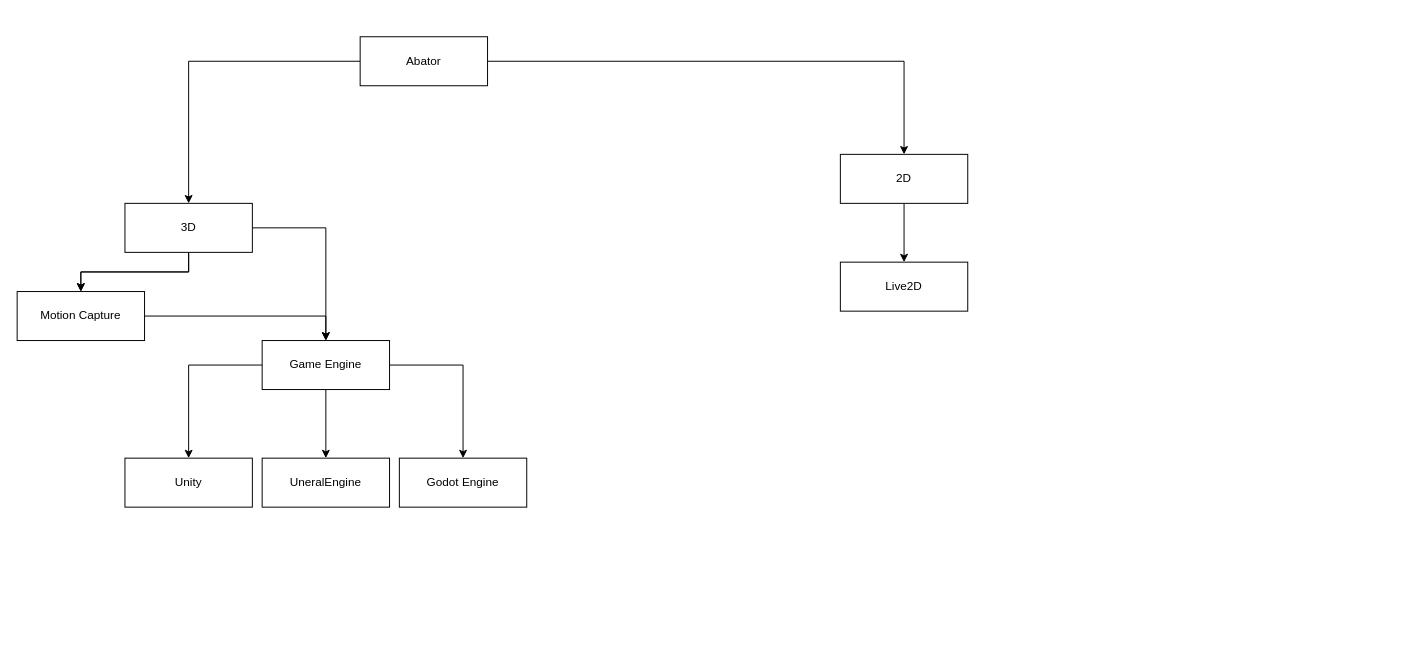
Earlier version of the draw.io diagram blueprint.drawio (GodaHaruki/Vtuber). Source tidied: cells renumbered, new cells numbered last; positions are measured from the earlier drawing's top-left corner, leaving out a move shared by most shapes. Both pictures are drawn from the tidied source at 98%, with x=0, y=0 at pixel (17, 36).
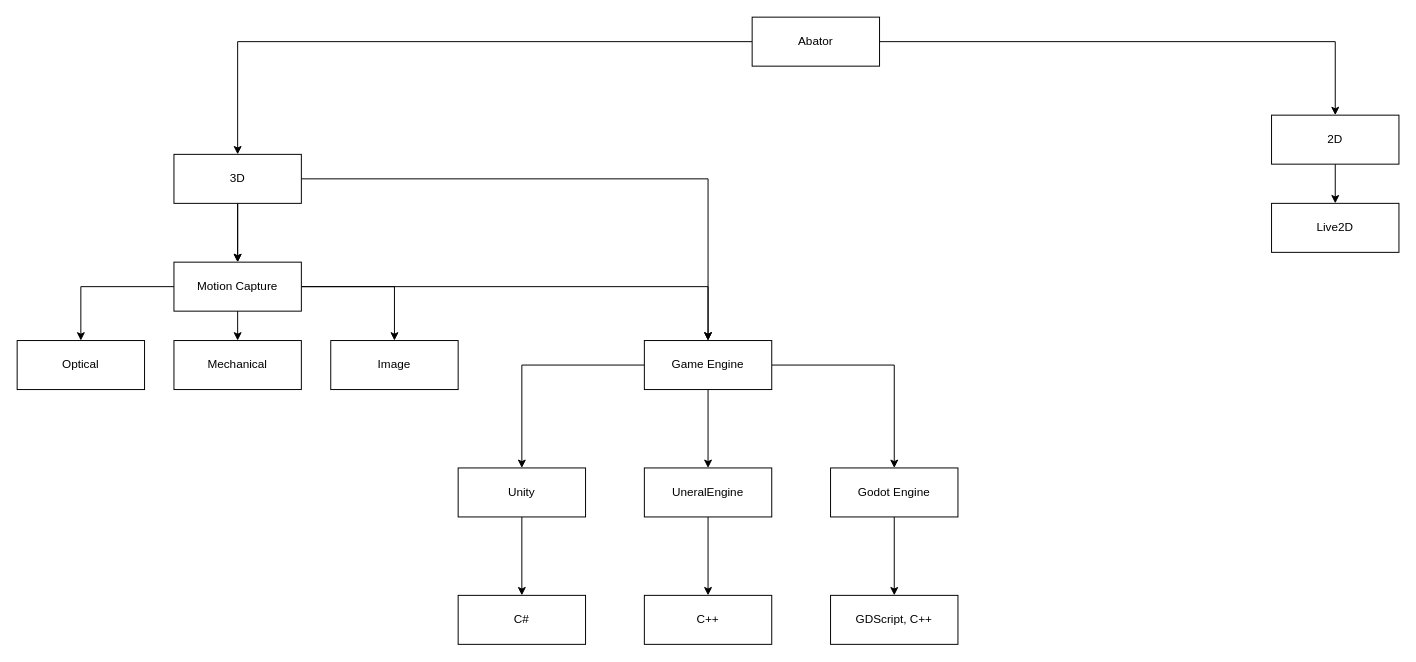
After the change.

Commit message:
blueprint.drawio を更新します

Diff of the diagram source:
```diff
@@
     <mxCell id="4" value="Abator" style="rounded=0;whiteSpace=wrap;html=1;" parent="1" vertex="1">
-      <mxGeometry x="350" width="130" height="50" as="geometry" />
+      <mxGeometry x="750" y="-20" width="130" height="50" as="geometry" />
     </mxCell>
@@
     <mxCell id="8" value="3D" style="rounded=0;whiteSpace=wrap;html=1;" parent="1" vertex="1">
-      <mxGeometry x="110" y="170" width="130" height="50" as="geometry" />
+      <mxGeometry x="160" y="120" width="130" height="50" as="geometry" />
     </mxCell>
@@
     <mxCell id="10" value="2D" style="rounded=0;whiteSpace=wrap;html=1;" parent="1" vertex="1">
-      <mxGeometry x="840" y="120" width="130" height="50" as="geometry" />
+      <mxGeometry x="1280" y="80" width="130" height="50" as="geometry" />
     </mxCell>
     <mxCell id="11" value="Live2D" style="rounded=0;whiteSpace=wrap;html=1;" parent="1" vertex="1">
-      <mxGeometry x="840" y="230" width="130" height="50" as="geometry" />
+      <mxGeometry x="1280" y="170" width="130" height="50" as="geometry" />
     </mxCell>
@@
+    <mxCell id="21" style="edgeStyle=orthogonalEdgeStyle;rounded=0;jettySize=auto;html=1;" parent="1" edge="1" source="13" target="30">
+      <mxGeometry relative="1" as="geometry" />
+    </mxCell>
+    <mxCell id="22" style="edgeStyle=orthogonalEdgeStyle;rounded=0;jettySize=auto;html=1;" parent="1" edge="1" target="31">
+      <mxGeometry relative="1" as="geometry">
+        <mxPoint x="215" y="240" as="sourcePoint" />
+      </mxGeometry>
+    </mxCell>
+    <mxCell id="23" style="edgeStyle=orthogonalEdgeStyle;rounded=0;jettySize=auto;html=1;" parent="1" edge="1" source="13" target="32">
+      <mxGeometry relative="1" as="geometry" />
+    </mxCell>
     <mxCell id="13" value="Motion Capture" style="rounded=0;whiteSpace=wrap;html=1;" parent="1" vertex="1">
-      <mxGeometry y="260" width="130" height="50" as="geometry" />
+      <mxGeometry x="160" y="230" width="130" height="50" as="geometry" />
     </mxCell>
@@
     <mxCell id="17" value="Game Engine" style="rounded=0;whiteSpace=wrap;html=1;" parent="1" vertex="1">
-      <mxGeometry x="250" y="310" width="130" height="50" as="geometry" />
+      <mxGeometry x="640" y="310" width="130" height="50" as="geometry" />
     </mxCell>
+    <mxCell id="24" style="edgeStyle=orthogonalEdgeStyle;rounded=0;jettySize=auto;html=1;" parent="1" edge="1" source="18" target="27">
+      <mxGeometry relative="1" as="geometry" />
+    </mxCell>
     <mxCell id="18" value="Unity" style="rounded=0;whiteSpace=wrap;html=1;" parent="1" vertex="1">
-      <mxGeometry x="110" y="430" width="130" height="50" as="geometry" />
+      <mxGeometry x="450" y="440" width="130" height="50" as="geometry" />
     </mxCell>
+    <mxCell id="25" style="edgeStyle=orthogonalEdgeStyle;rounded=0;jettySize=auto;html=1;" parent="1" edge="1" source="19" target="28">
+      <mxGeometry relative="1" as="geometry" />
+    </mxCell>
     <mxCell id="19" value="UneralEngine" style="rounded=0;whiteSpace=wrap;html=1;" parent="1" vertex="1">
-      <mxGeometry x="250" y="430" width="130" height="50" as="geometry" />
+      <mxGeometry x="640" y="440" width="130" height="50" as="geometry" />
     </mxCell>
+    <mxCell id="26" style="edgeStyle=orthogonalEdgeStyle;rounded=0;jettySize=auto;html=1;" parent="1" edge="1" source="20" target="29">
+      <mxGeometry relative="1" as="geometry" />
+    </mxCell>
     <mxCell id="20" value="Godot Engine" style="rounded=0;whiteSpace=wrap;html=1;" parent="1" vertex="1">
-      <mxGeometry x="390" y="430" width="130" height="50" as="geometry" />
+      <mxGeometry x="830" y="440" width="130" height="50" as="geometry" />
     </mxCell>
+    <mxCell id="27" value="C#" style="rounded=0;whiteSpace=wrap;html=1;" parent="1" vertex="1">
+      <mxGeometry x="450" y="570" width="130" height="50" as="geometry" />
+    </mxCell>
+    <mxCell id="28" value="C++" style="rounded=0;whiteSpace=wrap;html=1;" parent="1" vertex="1">
+      <mxGeometry x="640" y="570" width="130" height="50" as="geometry" />
+    </mxCell>
+    <mxCell id="29" value="GDScript, C++" style="rounded=0;whiteSpace=wrap;html=1;" parent="1" vertex="1">
+      <mxGeometry x="830" y="570" width="130" height="50" as="geometry" />
+    </mxCell>
+    <mxCell id="30" value="Optical" style="rounded=0;whiteSpace=wrap;html=1;" parent="1" vertex="1">
+      <mxGeometry y="310" width="130" height="50" as="geometry" />
+    </mxCell>
+    <mxCell id="31" value="Mechanical" style="rounded=0;whiteSpace=wrap;html=1;" parent="1" vertex="1">
+      <mxGeometry x="160" y="310" width="130" height="50" as="geometry" />
+    </mxCell>
+    <mxCell id="32" value="Image" style="rounded=0;whiteSpace=wrap;html=1;" parent="1" vertex="1">
+      <mxGeometry x="320" y="310" width="130" height="50" as="geometry" />
+    </mxCell>
```
